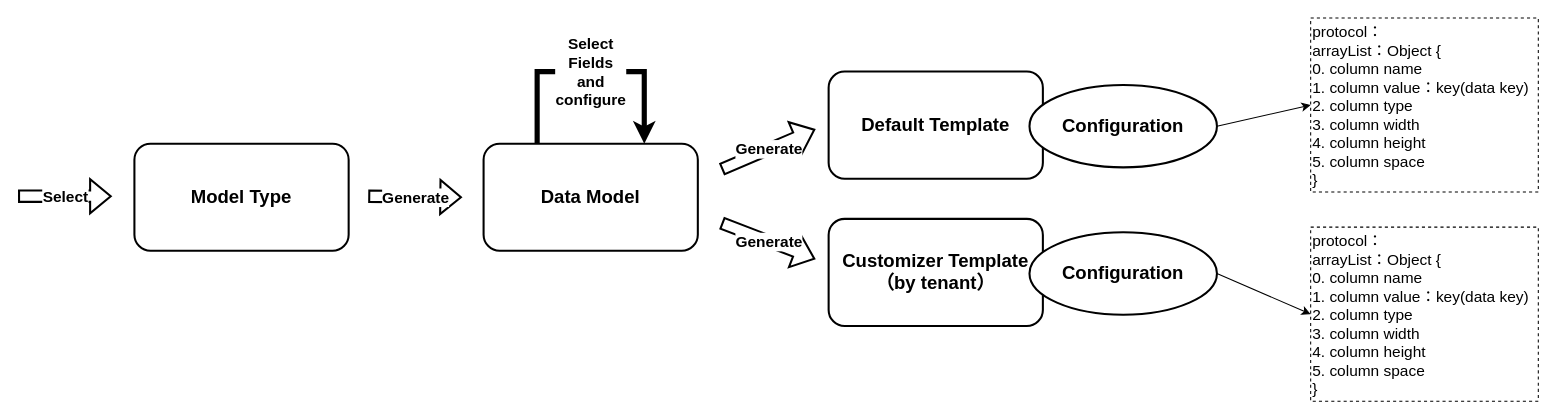
This is page "dynamic_ui" (20 of 20) of authz/Omini-Store.drawio from jackie-thank/beego-authz, a draw.io file, before an edit. Source tidied: cells renumbered, new cells numbered last; positions are measured from the earlier drawing's top-left corner, leaving out a move shared by most shapes. Both pictures are drawn from the tidied source at 103%, with x=0, y=0 at pixel (18, 18).
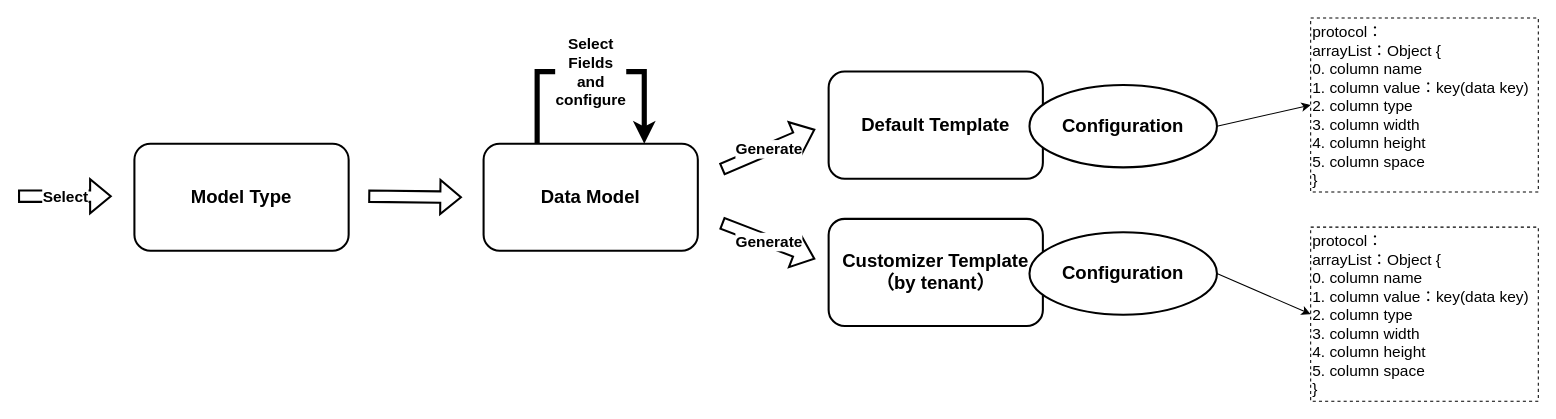
After the change.

Diff of the diagram source:
```diff
@@
-    <mxCell id="4" value="Generate" style="shape=flexArrow;endArrow=classic;html=1;rounded=0;strokeWidth=2;fontSize=15;fontStyle=1;" parent="1" edge="1">
+    <mxCell id="4" style="shape=flexArrow;endArrow=classic;html=1;rounded=0;strokeWidth=2;fontSize=15;fontStyle=1;" parent="1" edge="1">
       <mxGeometry relative="1" as="geometry">
         <mxPoint x="340" y="173" as="sourcePoint" />
         <mxPoint x="431" y="174" as="targetPoint" />
       </mxGeometry>
     </mxCell>
```
